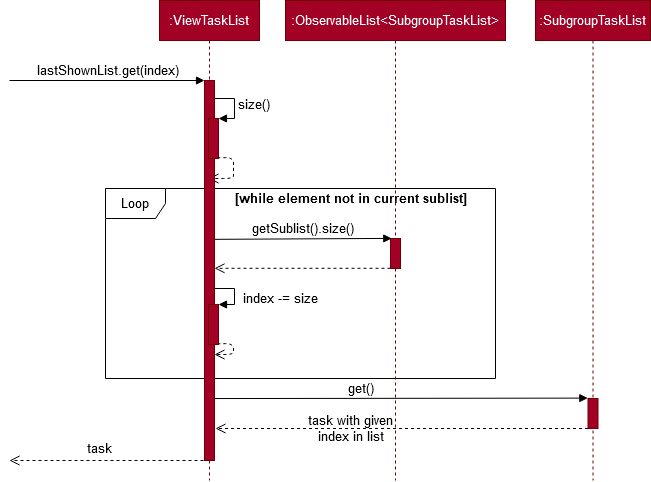
Before: images/ViewTaskListGetSequenceDiagram.png, a diagram exported from draw.io (AY1920S2-CS2103-F09-2/main). Source tidied: cells renumbered, new cells last; positions are measured from the earlier drawing's top-left corner, leaving out a move shared by most shapes. Source of this version:
```xml
<mxGraphModel>
  <root>
    <mxCell id="0" />
    <mxCell id="1" parent="0" />
    <mxCell id="2" value="Loop" style="shape=umlFrame;whiteSpace=wrap;html=1;fontSize=13;fontColor=#000000;" parent="1" vertex="1">
      <mxGeometry x="96" y="188" width="390" height="190" as="geometry" />
    </mxCell>
    <mxCell id="3" value="index -= size" style="edgeStyle=orthogonalEdgeStyle;html=1;align=left;spacingLeft=2;endArrow=block;rounded=0;entryX=1;entryY=0;fillColor=#4D9900;fontSize=13;" parent="1" edge="1" target="23">
      <mxGeometry x="0.28" y="5" relative="1" as="geometry">
        <mxPoint x="200" y="284" as="sourcePoint" />
        <Array as="points">
          <mxPoint x="200" y="288" />
          <mxPoint x="225" y="288" />
          <mxPoint x="225" y="304" />
        </Array>
      </mxGeometry>
    </mxCell>
    <mxCell id="4" style="html=1;verticalAlign=bottom;endArrow=open;dashed=1;endSize=8;fillColor=#4D9900;exitX=0.883;exitY=0.983;exitDx=0;exitDy=0;exitPerimeter=0;fontSize=13;" parent="1" edge="1" source="23" target="21">
      <mxGeometry x="-0.3" y="-20" relative="1" as="geometry">
        <Array as="points">
          <mxPoint x="224" y="343" />
          <mxPoint x="224" y="354" />
        </Array>
        <mxPoint x="40" as="offset" />
      </mxGeometry>
    </mxCell>
    <mxCell id="5" value=":ViewTaskList" style="shape=umlLifeline;perimeter=lifelinePerimeter;whiteSpace=wrap;html=1;shadow=0;fillColor=#a20025;fontSize=13;fontColor=#ffffff;strokeColor=#6F0000;" parent="1" vertex="1">
      <mxGeometry x="150" width="100" height="480" as="geometry" />
    </mxCell>
    <mxCell id="6" value="lastShownList.get(index)" style="html=1;verticalAlign=bottom;endArrow=block;fillColor=#4D9900;fontSize=13;" parent="1" edge="1">
      <mxGeometry relative="1" as="geometry">
        <mxPoint y="80" as="sourcePoint" />
        <mxPoint x="195" y="80" as="targetPoint" />
      </mxGeometry>
    </mxCell>
    <mxCell id="7" value="size()" style="edgeStyle=orthogonalEdgeStyle;html=1;align=left;spacingLeft=2;endArrow=block;rounded=0;entryX=1;entryY=0;fillColor=#4D9900;fontSize=13;" parent="1" edge="1" target="22">
      <mxGeometry relative="1" as="geometry">
        <mxPoint x="200" y="98" as="sourcePoint" />
        <Array as="points">
          <mxPoint x="225" y="98" />
          <mxPoint x="225" y="118" />
        </Array>
      </mxGeometry>
    </mxCell>
    <mxCell id="8" style="html=1;verticalAlign=bottom;endArrow=open;dashed=1;endSize=8;fillColor=#4D9900;exitX=0.883;exitY=0.983;exitDx=0;exitDy=0;exitPerimeter=0;fontSize=13;" parent="1" edge="1" source="22">
      <mxGeometry x="-0.3" y="-20" relative="1" as="geometry">
        <mxPoint x="199" y="178" as="targetPoint" />
        <Array as="points">
          <mxPoint x="224" y="157" />
          <mxPoint x="224" y="168" />
          <mxPoint x="224" y="178" />
          <mxPoint x="224" y="178" />
        </Array>
        <mxPoint x="40" as="offset" />
      </mxGeometry>
    </mxCell>
    <mxCell id="9" value=":ObservableList&amp;lt;SubgroupTaskList&amp;gt;" style="shape=umlLifeline;perimeter=lifelinePerimeter;whiteSpace=wrap;html=1;shadow=0;fillColor=#a20025;fontSize=13;fontColor=#ffffff;strokeColor=#6F0000;" parent="1" vertex="1">
      <mxGeometry x="276" width="220" height="480" as="geometry" />
    </mxCell>
    <mxCell id="10" value="task" style="html=1;verticalAlign=bottom;endArrow=open;dashed=1;endSize=8;fillColor=#4D9900;fontSize=13;" parent="1" edge="1">
      <mxGeometry x="0.1" y="-2" relative="1" as="geometry">
        <mxPoint x="200" y="460" as="sourcePoint" />
        <mxPoint y="460" as="targetPoint" />
      </mxGeometry>
    </mxCell>
    <mxCell id="11" style="html=1;points=[];perimeter=orthogonalPerimeter;shadow=0;fillColor=#6666FF;fontSize=13;" parent="1" vertex="1">
      <mxGeometry x="381" y="238" width="10" height="30" as="geometry" />
    </mxCell>
    <mxCell id="12" style="html=1;verticalAlign=bottom;endArrow=open;dashed=1;endSize=8;fillColor=#4D9900;fontSize=13;exitX=0;exitY=0.993;exitDx=0;exitDy=0;exitPerimeter=0;" parent="1" edge="1" source="11" target="21">
      <mxGeometry relative="1" as="geometry" />
    </mxCell>
    <mxCell id="13" value="[while element not in current sublist]" style="text;html=1;align=center;verticalAlign=middle;fontSize=13;fontColor=#000000;fontStyle=1;" parent="1" vertex="1">
      <mxGeometry x="216" y="188" width="250" height="20" as="geometry" />
    </mxCell>
    <mxCell id="14" value=":SubgroupTaskList" style="shape=umlLifeline;perimeter=lifelinePerimeter;whiteSpace=wrap;html=1;shadow=0;fillColor=#a20025;fontSize=13;fontColor=#ffffff;strokeColor=#6F0000;" parent="1" vertex="1">
      <mxGeometry x="526" width="115" height="480" as="geometry" />
    </mxCell>
    <mxCell id="15" style="html=1;points=[];perimeter=orthogonalPerimeter;shadow=0;fillColor=#a20025;fontSize=13;strokeColor=#6F0000;fontColor=#ffffff;" parent="14" vertex="1">
      <mxGeometry x="52.5" y="398" width="10" height="30" as="geometry" />
    </mxCell>
    <mxCell id="16" value="get()" style="html=1;verticalAlign=bottom;endArrow=block;fillColor=#4D9900;fontSize=13;entryX=-0.019;entryY=-0.013;entryDx=0;entryDy=0;entryPerimeter=0;exitX=1;exitY=0.837;exitDx=0;exitDy=0;exitPerimeter=0;" parent="1" edge="1" source="21" target="15">
      <mxGeometry x="-0.22" relative="1" as="geometry" />
    </mxCell>
    <mxCell id="17" style="html=1;verticalAlign=bottom;endArrow=open;dashed=1;endSize=8;fillColor=#4D9900;fontSize=13;" parent="1" edge="1" source="15">
      <mxGeometry relative="1" as="geometry">
        <mxPoint x="206" y="428" as="targetPoint" />
      </mxGeometry>
    </mxCell>
    <mxCell id="18" value="&lt;div&gt;task with given &lt;br&gt;&lt;/div&gt;&lt;div&gt;index in list&lt;/div&gt;" style="text;html=1;align=center;verticalAlign=middle;fontSize=13;fontColor=#000000;" parent="17" vertex="1">
      <mxGeometry x="-0.58" y="1" relative="1" as="geometry">
        <mxPoint x="-160" y="-1" as="offset" />
      </mxGeometry>
    </mxCell>
    <mxCell id="19" style="html=1;perimeter=orthogonalPerimeter;shadow=0;fillColor=#a20025;fontSize=13;strokeColor=#6F0000;fontColor=#ffffff;" parent="1" vertex="1">
      <mxGeometry x="381" y="238" width="10" height="30" as="geometry" />
    </mxCell>
    <mxCell id="20" value="getSublist().size()" style="html=1;verticalAlign=bottom;endArrow=block;fillColor=#4D9900;fontSize=13;entryX=0.129;entryY=-0.003;entryDx=0;entryDy=0;entryPerimeter=0;exitX=1.006;exitY=0.418;exitDx=0;exitDy=0;exitPerimeter=0;" parent="1" edge="1" source="21" target="11">
      <mxGeometry relative="1" as="geometry" />
    </mxCell>
    <mxCell id="21" style="html=1;points=[];perimeter=orthogonalPerimeter;shadow=0;fillColor=#a20025;fontSize=13;strokeColor=#6F0000;fontColor=#ffffff;" parent="1" vertex="1">
      <mxGeometry x="195" y="80" width="10" height="380" as="geometry" />
    </mxCell>
    <mxCell id="22" style="html=1;points=[];perimeter=orthogonalPerimeter;shadow=0;fillColor=#a20025;fontSize=13;strokeColor=#6F0000;fontColor=#ffffff;" parent="1" vertex="1">
      <mxGeometry x="199" y="118" width="10" height="40" as="geometry" />
    </mxCell>
    <mxCell id="23" style="html=1;points=[];perimeter=orthogonalPerimeter;shadow=0;fillColor=#a20025;fontSize=13;strokeColor=#6F0000;fontColor=#ffffff;" parent="1" vertex="1">
      <mxGeometry x="199" y="304" width="10" height="40" as="geometry" />
    </mxCell>
  </root>
</mxGraphModel>
```
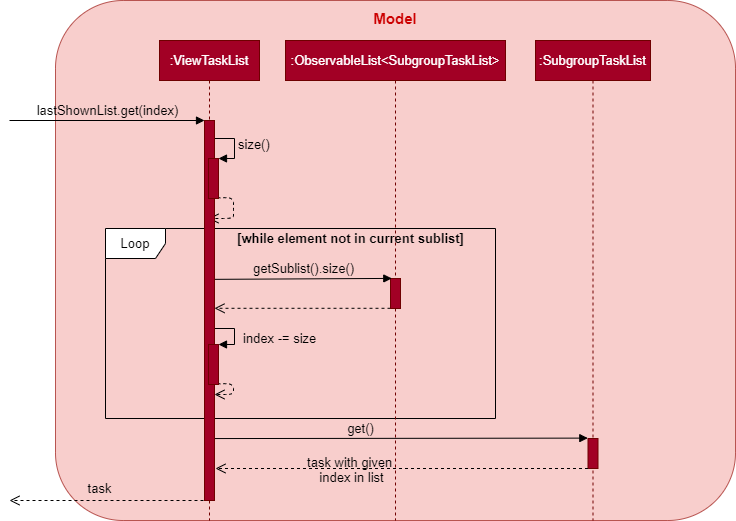
Later version of the same file.

Change to the diagram source:
```diff
@@ -2,10 +2,13 @@
   <root>
     <mxCell id="0" />
     <mxCell id="1" parent="0" />
+    <mxCell id="24" style="rounded=1;whiteSpace=wrap;html=1;fillColor=#f8cecc;strokeColor=#b85450;arcSize=13;" parent="1" vertex="1">
+      <mxGeometry x="46" y="-40" width="680" height="520" as="geometry" />
+    </mxCell>
     <mxCell id="2" value="Loop" style="shape=umlFrame;whiteSpace=wrap;html=1;fontSize=13;fontColor=#000000;" parent="1" vertex="1">
       <mxGeometry x="96" y="188" width="390" height="190" as="geometry" />
     </mxCell>
-    <mxCell id="3" value="index -= size" style="edgeStyle=orthogonalEdgeStyle;html=1;align=left;spacingLeft=2;endArrow=block;rounded=0;entryX=1;entryY=0;fillColor=#4D9900;fontSize=13;" parent="1" edge="1" target="23">
+    <mxCell id="3" value="index -= size" style="edgeStyle=orthogonalEdgeStyle;html=1;align=left;spacingLeft=2;endArrow=block;rounded=0;entryX=1;entryY=0;fillColor=#4D9900;fontSize=13;labelBackgroundColor=none;" parent="1" edge="1" target="23">
       <mxGeometry x="0.28" y="5" relative="1" as="geometry">
         <mxPoint x="200" y="284" as="sourcePoint" />
         <Array as="points">
@@ -27,13 +30,13 @@
     <mxCell id="5" value=":ViewTaskList" style="shape=umlLifeline;perimeter=lifelinePerimeter;whiteSpace=wrap;html=1;shadow=0;fillColor=#a20025;fontSize=13;fontColor=#ffffff;strokeColor=#6F0000;" parent="1" vertex="1">
       <mxGeometry x="150" width="100" height="480" as="geometry" />
     </mxCell>
-    <mxCell id="6" value="lastShownList.get(index)" style="html=1;verticalAlign=bottom;endArrow=block;fillColor=#4D9900;fontSize=13;" parent="1" edge="1">
+    <mxCell id="6" value="lastShownList.get(index)" style="html=1;verticalAlign=bottom;endArrow=block;fillColor=#4D9900;fontSize=13;labelBackgroundColor=none;" parent="1" edge="1">
       <mxGeometry relative="1" as="geometry">
         <mxPoint y="80" as="sourcePoint" />
         <mxPoint x="195" y="80" as="targetPoint" />
       </mxGeometry>
     </mxCell>
-    <mxCell id="7" value="size()" style="edgeStyle=orthogonalEdgeStyle;html=1;align=left;spacingLeft=2;endArrow=block;rounded=0;entryX=1;entryY=0;fillColor=#4D9900;fontSize=13;" parent="1" edge="1" target="22">
+    <mxCell id="7" value="size()" style="edgeStyle=orthogonalEdgeStyle;html=1;align=left;spacingLeft=2;endArrow=block;rounded=0;entryX=1;entryY=0;fillColor=#4D9900;fontSize=13;labelBackgroundColor=none;" parent="1" edge="1" target="22">
       <mxGeometry relative="1" as="geometry">
         <mxPoint x="200" y="98" as="sourcePoint" />
         <Array as="points">
@@ -57,7 +60,7 @@
     <mxCell id="9" value=":ObservableList&amp;lt;SubgroupTaskList&amp;gt;" style="shape=umlLifeline;perimeter=lifelinePerimeter;whiteSpace=wrap;html=1;shadow=0;fillColor=#a20025;fontSize=13;fontColor=#ffffff;strokeColor=#6F0000;" parent="1" vertex="1">
       <mxGeometry x="276" width="220" height="480" as="geometry" />
     </mxCell>
-    <mxCell id="10" value="task" style="html=1;verticalAlign=bottom;endArrow=open;dashed=1;endSize=8;fillColor=#4D9900;fontSize=13;" parent="1" edge="1">
+    <mxCell id="10" value="task" style="html=1;verticalAlign=bottom;endArrow=open;dashed=1;endSize=8;fillColor=#4D9900;fontSize=13;labelBackgroundColor=none;" parent="1" edge="1">
       <mxGeometry x="0.1" y="-2" relative="1" as="geometry">
         <mxPoint x="200" y="460" as="sourcePoint" />
         <mxPoint y="460" as="targetPoint" />
@@ -78,7 +81,7 @@
     <mxCell id="15" style="html=1;points=[];perimeter=orthogonalPerimeter;shadow=0;fillColor=#a20025;fontSize=13;strokeColor=#6F0000;fontColor=#ffffff;" parent="14" vertex="1">
       <mxGeometry x="52.5" y="398" width="10" height="30" as="geometry" />
     </mxCell>
-    <mxCell id="16" value="get()" style="html=1;verticalAlign=bottom;endArrow=block;fillColor=#4D9900;fontSize=13;entryX=-0.019;entryY=-0.013;entryDx=0;entryDy=0;entryPerimeter=0;exitX=1;exitY=0.837;exitDx=0;exitDy=0;exitPerimeter=0;" parent="1" edge="1" source="21" target="15">
+    <mxCell id="16" value="get()" style="html=1;verticalAlign=bottom;endArrow=block;fillColor=#4D9900;fontSize=13;entryX=-0.019;entryY=-0.013;entryDx=0;entryDy=0;entryPerimeter=0;exitX=1;exitY=0.837;exitDx=0;exitDy=0;exitPerimeter=0;labelBackgroundColor=none;" parent="1" edge="1" source="21" target="15">
       <mxGeometry x="-0.22" relative="1" as="geometry" />
     </mxCell>
     <mxCell id="17" style="html=1;verticalAlign=bottom;endArrow=open;dashed=1;endSize=8;fillColor=#4D9900;fontSize=13;" parent="1" edge="1" source="15">
@@ -94,7 +97,7 @@
     <mxCell id="19" style="html=1;perimeter=orthogonalPerimeter;shadow=0;fillColor=#a20025;fontSize=13;strokeColor=#6F0000;fontColor=#ffffff;" parent="1" vertex="1">
       <mxGeometry x="381" y="238" width="10" height="30" as="geometry" />
     </mxCell>
-    <mxCell id="20" value="getSublist().size()" style="html=1;verticalAlign=bottom;endArrow=block;fillColor=#4D9900;fontSize=13;entryX=0.129;entryY=-0.003;entryDx=0;entryDy=0;entryPerimeter=0;exitX=1.006;exitY=0.418;exitDx=0;exitDy=0;exitPerimeter=0;" parent="1" edge="1" source="21" target="11">
+    <mxCell id="20" value="getSublist().size()" style="html=1;verticalAlign=bottom;endArrow=block;fillColor=#4D9900;fontSize=13;entryX=0.129;entryY=-0.003;entryDx=0;entryDy=0;entryPerimeter=0;exitX=1.006;exitY=0.418;exitDx=0;exitDy=0;exitPerimeter=0;labelBackgroundColor=none;" parent="1" edge="1" source="21" target="11">
       <mxGeometry relative="1" as="geometry" />
     </mxCell>
     <mxCell id="21" style="html=1;points=[];perimeter=orthogonalPerimeter;shadow=0;fillColor=#a20025;fontSize=13;strokeColor=#6F0000;fontColor=#ffffff;" parent="1" vertex="1">
@@ -106,5 +109,8 @@
     <mxCell id="23" style="html=1;points=[];perimeter=orthogonalPerimeter;shadow=0;fillColor=#a20025;fontSize=13;strokeColor=#6F0000;fontColor=#ffffff;" parent="1" vertex="1">
       <mxGeometry x="199" y="304" width="10" height="40" as="geometry" />
     </mxCell>
+    <mxCell id="25" value="&lt;font style=&quot;font-size: 15px&quot; color=&quot;#cc0000&quot;&gt;&lt;b&gt;Model&lt;/b&gt;&lt;/font&gt;" style="text;html=1;strokeColor=none;fillColor=none;align=center;verticalAlign=middle;whiteSpace=wrap;rounded=0;" parent="1" vertex="1">
+      <mxGeometry x="366" y="-32" width="40" height="20" as="geometry" />
+    </mxCell>
   </root>
 </mxGraphModel>
```
